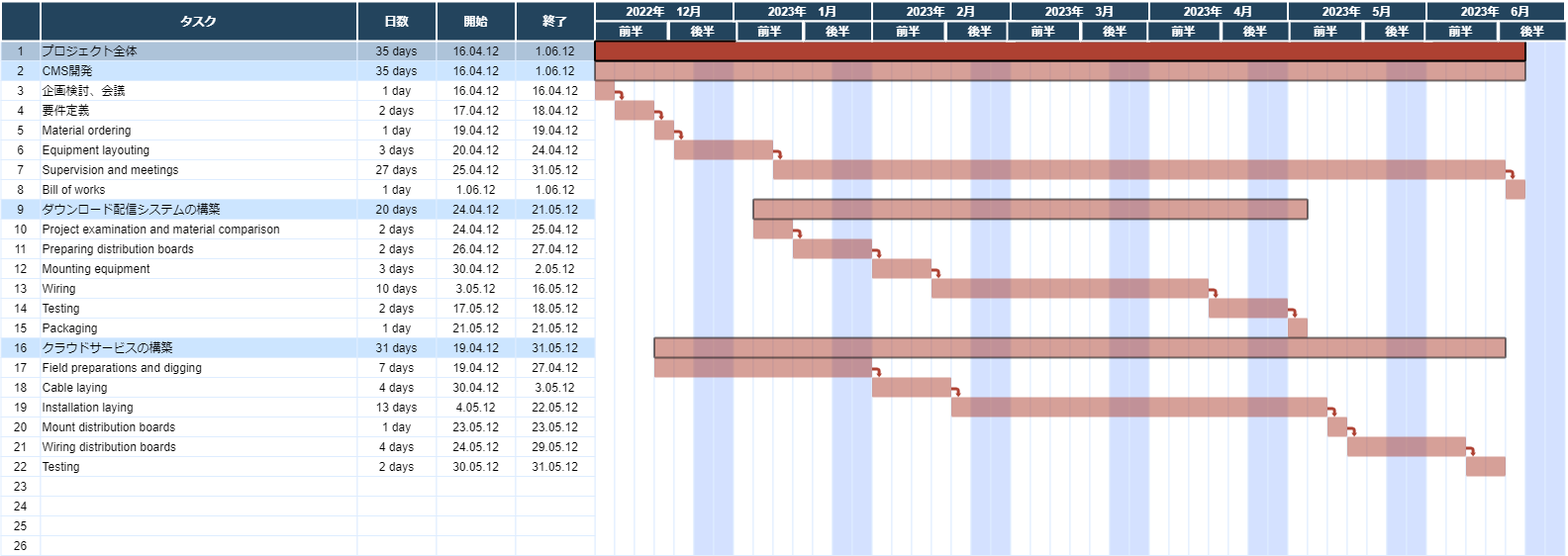
Before: スケジュール.drawio.png, a diagram exported from draw.io (buyodo/webgis-doc). Source tidied: cells renumbered, new cells last; positions are measured from the earlier drawing's top-left corner, leaving out a move shared by most shapes.
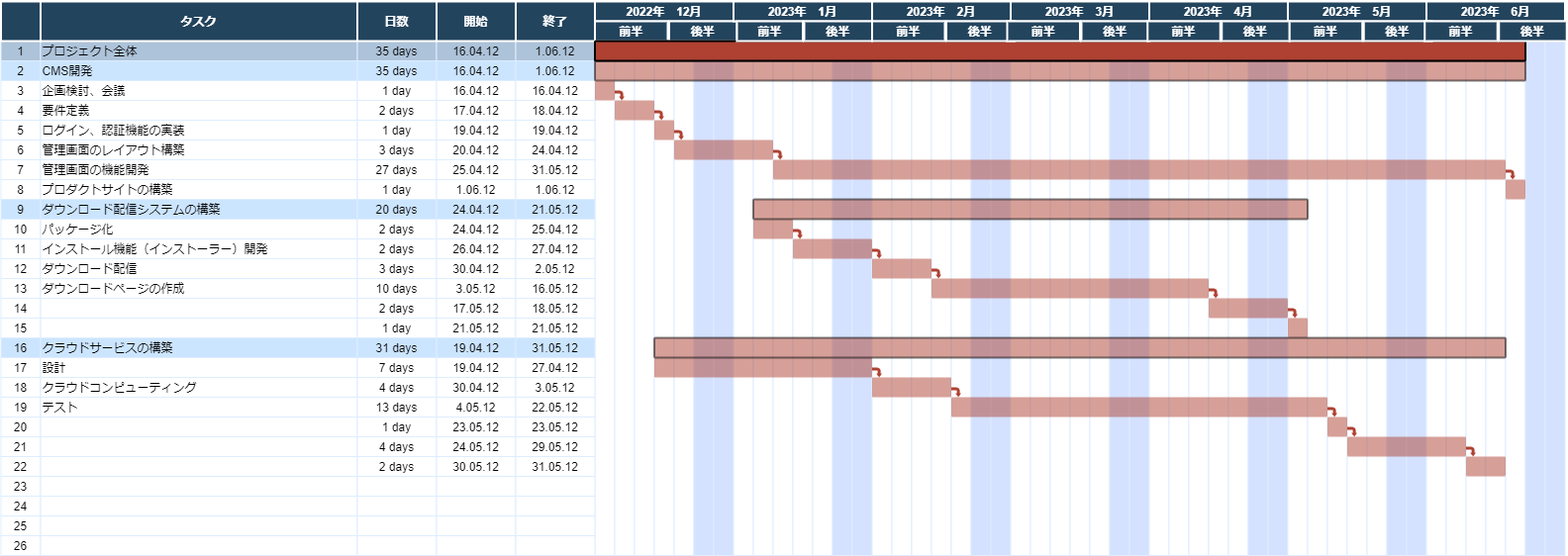
The same file after the commit.

Commit message:
スケジュール.drawio.png を更新します

Diff of the diagram source:
```diff
@@ -68,7 +68,7 @@
     <mxCell id="23" value="5" style="strokeColor=#DEEDFF;" parent="1" vertex="1">
       <mxGeometry x="0.5" y="120" width="40" height="20" as="geometry" />
     </mxCell>
-    <mxCell id="24" value="Material ordering" style="align=left;strokeColor=#DEEDFF;" parent="1" vertex="1">
+    <mxCell id="24" value="ログイン、認証機能の実装" style="align=left;strokeColor=#DEEDFF;" parent="1" vertex="1">
       <mxGeometry x="40.5" y="120" width="320" height="20" as="geometry" />
     </mxCell>
     <mxCell id="25" value="1 day" style="strokeColor=#DEEDFF;" parent="1" vertex="1">
@@ -83,7 +83,7 @@
     <mxCell id="28" value="6" style="strokeColor=#DEEDFF;" parent="1" vertex="1">
       <mxGeometry x="0.5" y="140" width="40" height="20" as="geometry" />
     </mxCell>
-    <mxCell id="29" value="Equipment layouting" style="align=left;strokeColor=#DEEDFF;" parent="1" vertex="1">
+    <mxCell id="29" value="管理画面のレイアウト構築" style="align=left;strokeColor=#DEEDFF;" parent="1" vertex="1">
       <mxGeometry x="40.5" y="140" width="320" height="20" as="geometry" />
     </mxCell>
     <mxCell id="30" value="3 days" style="strokeColor=#DEEDFF;" parent="1" vertex="1">
@@ -98,7 +98,7 @@
     <mxCell id="33" value="7" style="strokeColor=#DEEDFF;" parent="1" vertex="1">
       <mxGeometry x="0.5" y="160" width="40" height="20" as="geometry" />
     </mxCell>
-    <mxCell id="34" value="Supervision and meetings" style="align=left;strokeColor=#DEEDFF;" parent="1" vertex="1">
+    <mxCell id="34" value="管理画面の機能開発" style="align=left;strokeColor=#DEEDFF;" parent="1" vertex="1">
       <mxGeometry x="40.5" y="160" width="320" height="20" as="geometry" />
     </mxCell>
     <mxCell id="35" value="27 days" style="strokeColor=#DEEDFF;" parent="1" vertex="1">
@@ -113,7 +113,7 @@
     <mxCell id="38" value="8" style="strokeColor=#DEEDFF;" parent="1" vertex="1">
       <mxGeometry x="0.5" y="180" width="40" height="20" as="geometry" />
     </mxCell>
-    <mxCell id="39" value="Bill of works" style="align=left;strokeColor=#DEEDFF;" parent="1" vertex="1">
+    <mxCell id="39" value="プロダクトサイトの構築" style="align=left;strokeColor=#DEEDFF;" parent="1" vertex="1">
       <mxGeometry x="40.5" y="180" width="320" height="20" as="geometry" />
     </mxCell>
     <mxCell id="40" value="1 day" style="strokeColor=#DEEDFF;" parent="1" vertex="1">
@@ -143,7 +143,7 @@
     <mxCell id="48" value="10" style="strokeColor=#DEEDFF;" parent="1" vertex="1">
       <mxGeometry x="0.5" y="220" width="40" height="20" as="geometry" />
     </mxCell>
-    <mxCell id="49" value="Project examination and material comparison" style="align=left;strokeColor=#DEEDFF;" parent="1" vertex="1">
+    <mxCell id="49" value="パッケージ化" style="align=left;strokeColor=#DEEDFF;" parent="1" vertex="1">
       <mxGeometry x="40.5" y="220" width="320" height="20" as="geometry" />
     </mxCell>
     <mxCell id="50" value="2 days" style="strokeColor=#DEEDFF;" parent="1" vertex="1">
@@ -158,7 +158,7 @@
     <mxCell id="53" value="11" style="strokeColor=#DEEDFF;" parent="1" vertex="1">
       <mxGeometry x="0.5" y="240" width="40" height="20" as="geometry" />
     </mxCell>
-    <mxCell id="54" value="Preparing distribution boards" style="align=left;strokeColor=#DEEDFF;" parent="1" vertex="1">
+    <mxCell id="54" value="インストール機能（インストーラー）開発" style="align=left;strokeColor=#DEEDFF;" parent="1" vertex="1">
       <mxGeometry x="40.5" y="240" width="320" height="20" as="geometry" />
     </mxCell>
     <mxCell id="55" value="2 days" style="strokeColor=#DEEDFF;" parent="1" vertex="1">
@@ -173,7 +173,7 @@
     <mxCell id="58" value="12" style="strokeColor=#DEEDFF;" parent="1" vertex="1">
       <mxGeometry x="0.5" y="260" width="40" height="20" as="geometry" />
     </mxCell>
-    <mxCell id="59" value="Mounting equipment" style="align=left;strokeColor=#DEEDFF;" parent="1" vertex="1">
+    <mxCell id="59" value="ダウンロード配信" style="align=left;strokeColor=#DEEDFF;" parent="1" vertex="1">
       <mxGeometry x="40.5" y="260" width="320" height="20" as="geometry" />
     </mxCell>
     <mxCell id="60" value="3 days" style="strokeColor=#DEEDFF;" parent="1" vertex="1">
@@ -188,7 +188,7 @@
     <mxCell id="63" value="13" style="strokeColor=#DEEDFF;" parent="1" vertex="1">
       <mxGeometry x="0.5" y="280" width="40" height="20" as="geometry" />
     </mxCell>
-    <mxCell id="64" value="Wiring" style="align=left;strokeColor=#DEEDFF;" parent="1" vertex="1">
+    <mxCell id="64" value="ダウンロードページの作成" style="align=left;strokeColor=#DEEDFF;" parent="1" vertex="1">
       <mxGeometry x="40.5" y="280" width="320" height="20" as="geometry" />
     </mxCell>
     <mxCell id="65" value="10 days" style="strokeColor=#DEEDFF;" parent="1" vertex="1">
@@ -203,7 +203,7 @@
     <mxCell id="68" value="14" style="strokeColor=#DEEDFF;" parent="1" vertex="1">
       <mxGeometry x="0.5" y="300" width="40" height="20" as="geometry" />
     </mxCell>
-    <mxCell id="69" value="Testing" style="align=left;strokeColor=#DEEDFF;" parent="1" vertex="1">
+    <mxCell id="69" style="align=left;strokeColor=#DEEDFF;" parent="1" vertex="1">
       <mxGeometry x="40.5" y="300" width="320" height="20" as="geometry" />
     </mxCell>
     <mxCell id="70" value="2 days" style="strokeColor=#DEEDFF;" parent="1" vertex="1">
@@ -218,7 +218,7 @@
     <mxCell id="73" value="15" style="strokeColor=#DEEDFF;fillColor=#FFFFFF;" parent="1" vertex="1">
       <mxGeometry x="0.5" y="320" width="40" height="20" as="geometry" />
     </mxCell>
-    <mxCell id="74" value="Packaging" style="align=left;strokeColor=#DEEDFF;fillColor=#FFFFFF;" parent="1" vertex="1">
+    <mxCell id="74" style="align=left;strokeColor=#DEEDFF;fillColor=#FFFFFF;" parent="1" vertex="1">
       <mxGeometry x="40.5" y="320" width="320" height="20" as="geometry" />
     </mxCell>
     <mxCell id="75" value="1 day" style="strokeColor=#DEEDFF;fillColor=#FFFFFF;" parent="1" vertex="1">
@@ -248,7 +248,7 @@
     <mxCell id="83" value="17" style="strokeColor=#DEEDFF;" parent="1" vertex="1">
       <mxGeometry x="0.5" y="360" width="40" height="20" as="geometry" />
     </mxCell>
-    <mxCell id="84" value="Field preparations and digging" style="align=left;strokeColor=#DEEDFF;" parent="1" vertex="1">
+    <mxCell id="84" value="設計" style="align=left;strokeColor=#DEEDFF;" parent="1" vertex="1">
       <mxGeometry x="40.5" y="360" width="320" height="20" as="geometry" />
     </mxCell>
     <mxCell id="85" value="7 days" style="strokeColor=#DEEDFF;" parent="1" vertex="1">
@@ -263,7 +263,7 @@
     <mxCell id="88" value="18" style="strokeColor=#DEEDFF;" parent="1" vertex="1">
       <mxGeometry x="0.5" y="380" width="40" height="20" as="geometry" />
     </mxCell>
-    <mxCell id="89" value="Cable laying" style="align=left;strokeColor=#DEEDFF;" parent="1" vertex="1">
+    <mxCell id="89" value="クラウドコンピューティング" style="align=left;strokeColor=#DEEDFF;" parent="1" vertex="1">
       <mxGeometry x="40.5" y="380" width="320" height="20" as="geometry" />
     </mxCell>
     <mxCell id="90" value="4 days" style="strokeColor=#DEEDFF;" parent="1" vertex="1">
@@ -278,7 +278,7 @@
     <mxCell id="93" value="19" style="strokeColor=#DEEDFF;" parent="1" vertex="1">
       <mxGeometry x="0.5" y="400" width="40" height="20" as="geometry" />
     </mxCell>
-    <mxCell id="94" value="Installation laying" style="align=left;strokeColor=#DEEDFF;" parent="1" vertex="1">
+    <mxCell id="94" value="テスト" style="align=left;strokeColor=#DEEDFF;" parent="1" vertex="1">
       <mxGeometry x="40.5" y="400" width="320" height="20" as="geometry" />
     </mxCell>
     <mxCell id="95" value="13 days" style="strokeColor=#DEEDFF;" parent="1" vertex="1">
@@ -293,7 +293,7 @@
     <mxCell id="98" value="20" style="strokeColor=#DEEDFF;" parent="1" vertex="1">
       <mxGeometry x="0.5" y="420" width="40" height="20" as="geometry" />
     </mxCell>
-    <mxCell id="99" value="Mount distribution boards" style="align=left;strokeColor=#DEEDFF;" parent="1" vertex="1">
+    <mxCell id="99" style="align=left;strokeColor=#DEEDFF;" parent="1" vertex="1">
       <mxGeometry x="40.5" y="420" width="320" height="20" as="geometry" />
     </mxCell>
     <mxCell id="100" value="1 day" style="strokeColor=#DEEDFF;" parent="1" vertex="1">
@@ -308,7 +308,7 @@
     <mxCell id="103" value="21" style="strokeColor=#DEEDFF;" parent="1" vertex="1">
       <mxGeometry x="0.5" y="440" width="40" height="20" as="geometry" />
     </mxCell>
-    <mxCell id="104" value="Wiring distribution boards" style="align=left;strokeColor=#DEEDFF;" parent="1" vertex="1">
+    <mxCell id="104" style="align=left;strokeColor=#DEEDFF;" parent="1" vertex="1">
       <mxGeometry x="40.5" y="440" width="320" height="20" as="geometry" />
     </mxCell>
     <mxCell id="105" value="4 days" style="strokeColor=#DEEDFF;" parent="1" vertex="1">
@@ -323,7 +323,7 @@
     <mxCell id="108" value="22" style="strokeColor=#DEEDFF;" parent="1" vertex="1">
       <mxGeometry x="0.5" y="460" width="40" height="20" as="geometry" />
     </mxCell>
-    <mxCell id="109" value="Testing" style="align=left;strokeColor=#DEEDFF;" parent="1" vertex="1">
+    <mxCell id="109" style="align=left;strokeColor=#DEEDFF;" parent="1" vertex="1">
       <mxGeometry x="40.5" y="460" width="320" height="20" as="geometry" />
     </mxCell>
     <mxCell id="110" value="2 days" style="strokeColor=#DEEDFF;" parent="1" vertex="1">
```
